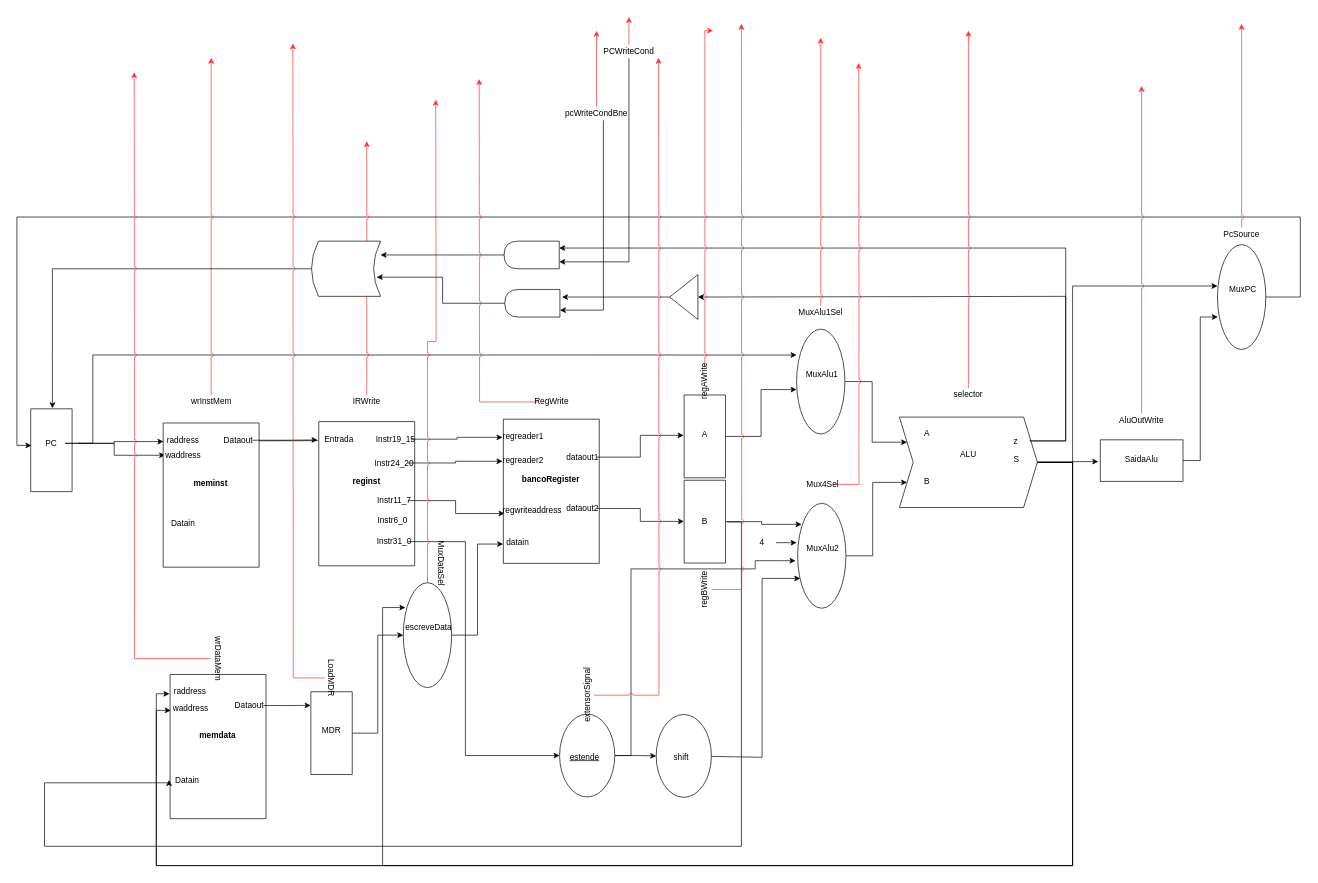
Above: cpu.drawio in GabrielOlem/ProjetoHardware (draw.io), before the change. Source tidied: cells renumbered, new cells numbered last; positions are measured from the earlier drawing's top-left corner, leaving out a move shared by most shapes. Both pictures are drawn from the tidied source at 69%, with x=0, y=0 at pixel (10, 17).
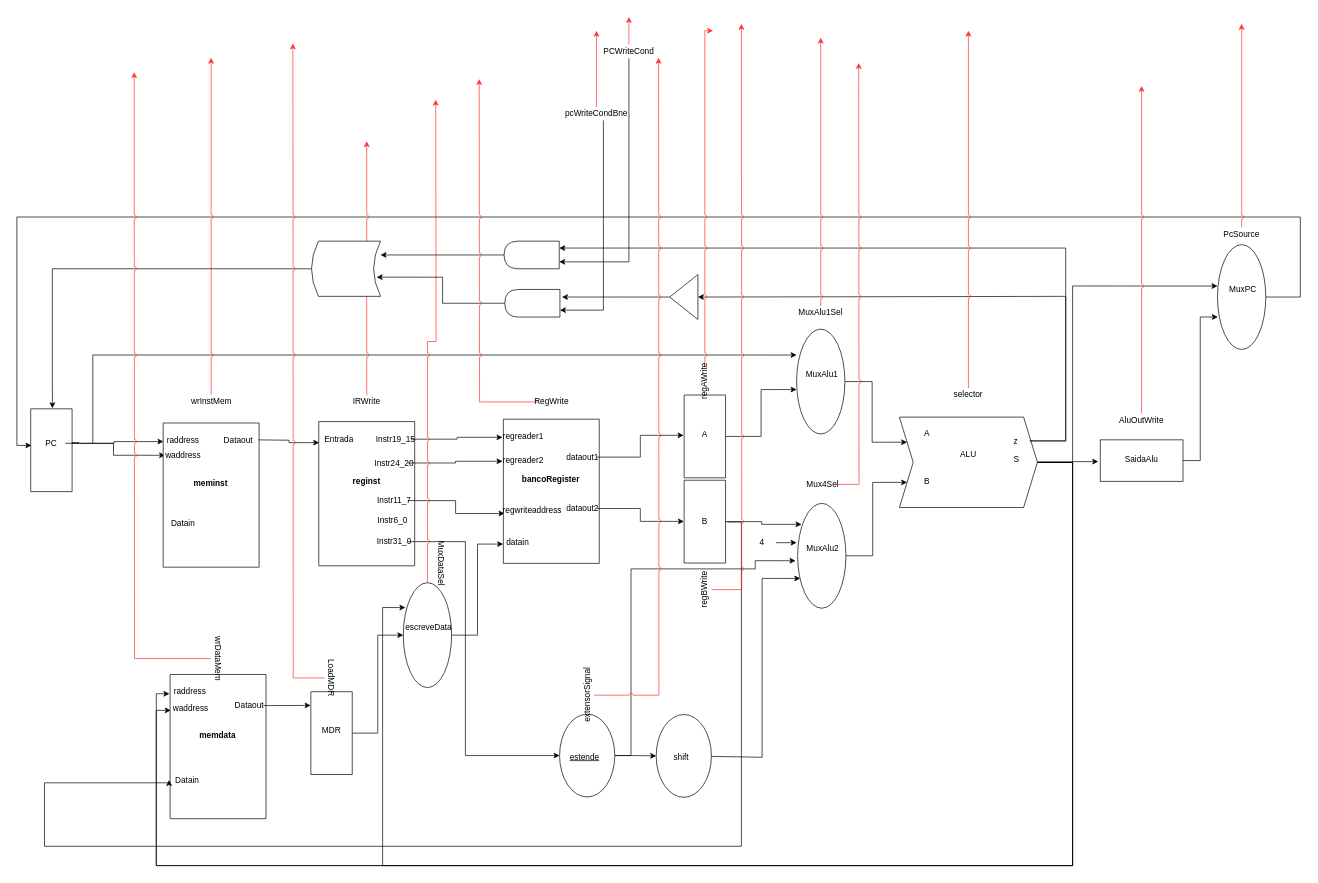
The same page after the edit.

The change refers to these unchanged cells:
```xml
<mxCell id="6" value="PC" style="text;html=1;strokeColor=none;fillColor=none;align=center;verticalAlign=middle;whiteSpace=wrap;rounded=0;" parent="1" vertex="1">
  <mxGeometry x="40" y="608" width="40" height="20" as="geometry" />
</mxCell>
<mxCell id="7" style="verticalLabelPosition=bottom;verticalAlign=top;html=1;shape=mxgraph.basic.rect;fillColor=#ffffff;fillColor2=none;strokeColor=#000000;strokeWidth=1;size=20;indent=5;rotation=90;" parent="1" vertex="1">
  <mxGeometry x="412.5" y="621.5" width="209" height="139" as="geometry" />
</mxCell>
<mxCell id="35" style="verticalLabelPosition=bottom;verticalAlign=top;html=1;shape=mxgraph.basic.rect;fillColor=#ffffff;fillColor2=none;strokeColor=#000000;strokeWidth=1;size=20;indent=5;rotation=90;" parent="1" vertex="1">
  <mxGeometry x="187" y="623.5" width="209" height="139" as="geometry" />
</mxCell>
<mxCell id="39" value="Dataout" style="text;html=1;strokeColor=none;fillColor=none;align=center;verticalAlign=middle;whiteSpace=wrap;rounded=0;" parent="1" vertex="1">
  <mxGeometry x="311" y="603.5" width="40" height="20" as="geometry" />
</mxCell>
<mxCell id="80" style="ellipse;whiteSpace=wrap;html=1;direction=south;" parent="1" vertex="1">
  <mxGeometry x="1140" y="452.5" width="70" height="152" as="geometry" />
</mxCell>
```

The edit, as a diff of the source:
```diff
@@
-    <mxCell id="4" style="edgeStyle=orthogonalEdgeStyle;rounded=0;jettySize=auto;html=1;entryX=0.224;entryY=0.98;entryDx=0;entryDy=0;entryPerimeter=0;" parent="1" edge="1" source="6" target="35">
-      <mxGeometry relative="1" as="geometry" />
+    <mxCell id="4" style="edgeStyle=orthogonalEdgeStyle;rounded=0;jettySize=auto;html=1;entryX=0.224;entryY=0.98;entryDx=0;entryDy=0;entryPerimeter=0;" parent="1" edge="1" target="35">
+      <mxGeometry relative="1" as="geometry">
+        <mxPoint x="120" y="618" as="sourcePoint" />
+        <Array as="points">
+          <mxPoint x="150" y="618" />
+          <mxPoint x="150" y="635" />
+        </Array>
+      </mxGeometry>
     </mxCell>
     <mxCell id="5" style="edgeStyle=orthogonalEdgeStyle;rounded=0;jettySize=auto;html=1;entryX=0.247;entryY=1;entryDx=0;entryDy=0;entryPerimeter=0;" parent="1" edge="1" target="80">
       <mxGeometry relative="1" as="geometry">
         <mxPoint x="100" y="617" as="sourcePoint" />
         <Array as="points">
+          <mxPoint x="90" y="617" />
+          <mxPoint x="90" y="618" />
           <mxPoint x="120" y="618" />
           <mxPoint x="120" y="490" />
         </Array>
       </mxGeometry>
     </mxCell>
@@
-    <mxCell id="38" style="edgeStyle=orthogonalEdgeStyle;rounded=0;jettySize=auto;html=1;entryX=0.127;entryY=1.013;entryDx=0;entryDy=0;entryPerimeter=0;" parent="1" edge="1" source="39" target="7">
-      <mxGeometry relative="1" as="geometry" />
-    </mxCell>
+    <mxCell id="133" style="edgeStyle=orthogonalEdgeStyle;rounded=0;jettySize=auto;html=1;entryX=0.146;entryY=0.996;entryDx=0;entryDy=0;entryPerimeter=0;" parent="1" edge="1" target="7">
+      <mxGeometry relative="1" as="geometry">
+        <mxPoint x="360" y="613" as="sourcePoint" />
+      </mxGeometry>
+    </mxCell>
@@
-    <mxCell id="88" style="endArrow=none;html=1;exitX=0.124;exitY=0;exitDx=0;exitDy=0;exitPerimeter=0;entryX=0.132;entryY=1.009;entryDx=0;entryDy=0;entryPerimeter=0;" parent="1" edge="1" target="7">
-      <mxGeometry relative="1" as="geometry">
-        <mxPoint x="361" y="614.4" as="sourcePoint" />
-      </mxGeometry>
-    </mxCell>
```
